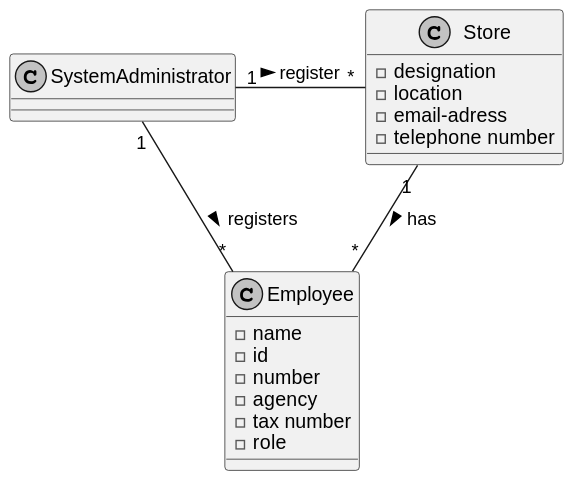
This is docs/sprintA/US03/02.analysis/svg/us03-domain-model.svg from PureNimble/ISEP-LAPR2, a PlantUML export, as it was before one commit. The source it was exported from:
```plantuml
@startuml

skinparam monochrome true
skinparam packageStyle rectangle
skinparam shadowing false


class SystemAdministrator

class Employee

class Store

class SystemAdministrator{
}

class Employee{
-name
-id
-number
-agency
-tax number
-role
}

class Store{
-designation
-location
-email-adress
-telephone number
}


SystemAdministrator "1" - "*" Store : register >

Store "1" -- "*" Employee : has >

SystemAdministrator "1" - "*" Employee: registers >
@enduml
```
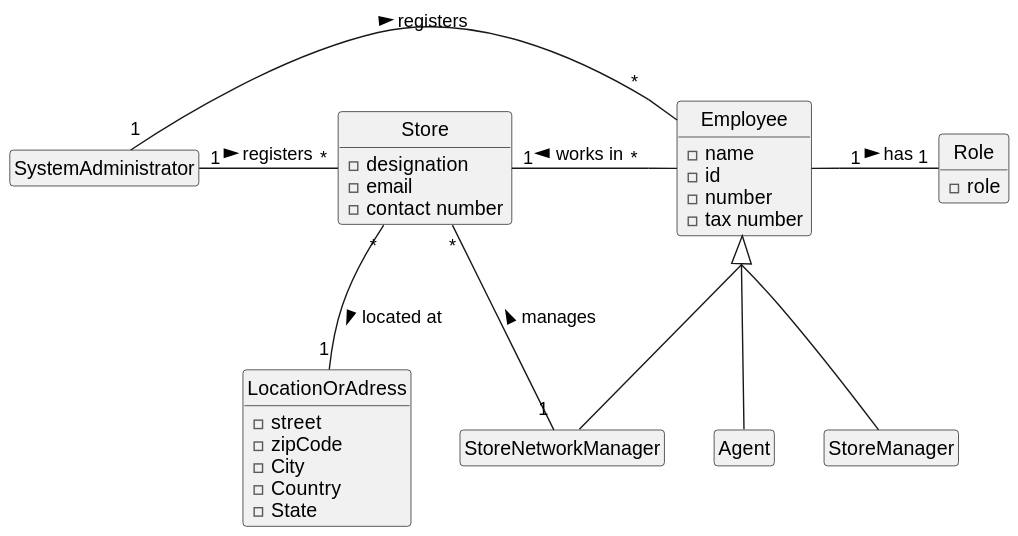
After the commit.

Commit message:
Update Readme.md US03 01.requirements-engineering Update domain model US03.SVG 02.analysis

What changed in the source:
```diff
@@ -3,13 +3,45 @@
 skinparam monochrome true
 skinparam packageStyle rectangle
 skinparam shadowing false
-
+hide empty members
+skinparam groupInheritance 3
+hide circle
 
 class SystemAdministrator
 
 class Employee
 
+class Role
+
+class SystemAdministrator
+
+class Agent
+
+class StoreManager
+
+class StoreNetworkManager
+
 class Store
+
+class LocationOrAdress
+
+class Role{
+-role
+}
+
+class Store{
+-designation
+-email
+-contact number
+}
+
+class LocationOrAdress{
+-street
+-zipCode
+-City
+-Country
+-State
+}
 
 class SystemAdministrator{
 }
@@ -18,22 +50,24 @@
 -name
 -id
 -number
--agency
 -tax number
--role
 }
 
-class Store{
--designation
--location
--email-adress
--telephone number
-}
+SystemAdministrator "1" - "*" Store : registers >
 
+Store "*" -- "1" LocationOrAdress : located at >
 
-SystemAdministrator "1" - "*" Store : register >
+Store "1" - "*" Employee : works in <
 
-Store "1" -- "*" Employee : has >
+SystemAdministrator "1" - "*" Employee : registers >
 
-SystemAdministrator "1" - "*" Employee: registers >
+Employee "1" - "1" Role : has >
+
+Employee <|--  StoreNetworkManager
+
+Employee <|--  StoreManager
+
+Employee <|-- Agent
+
+StoreNetworkManager "1" - "*" Store : manages >
 @enduml
```
